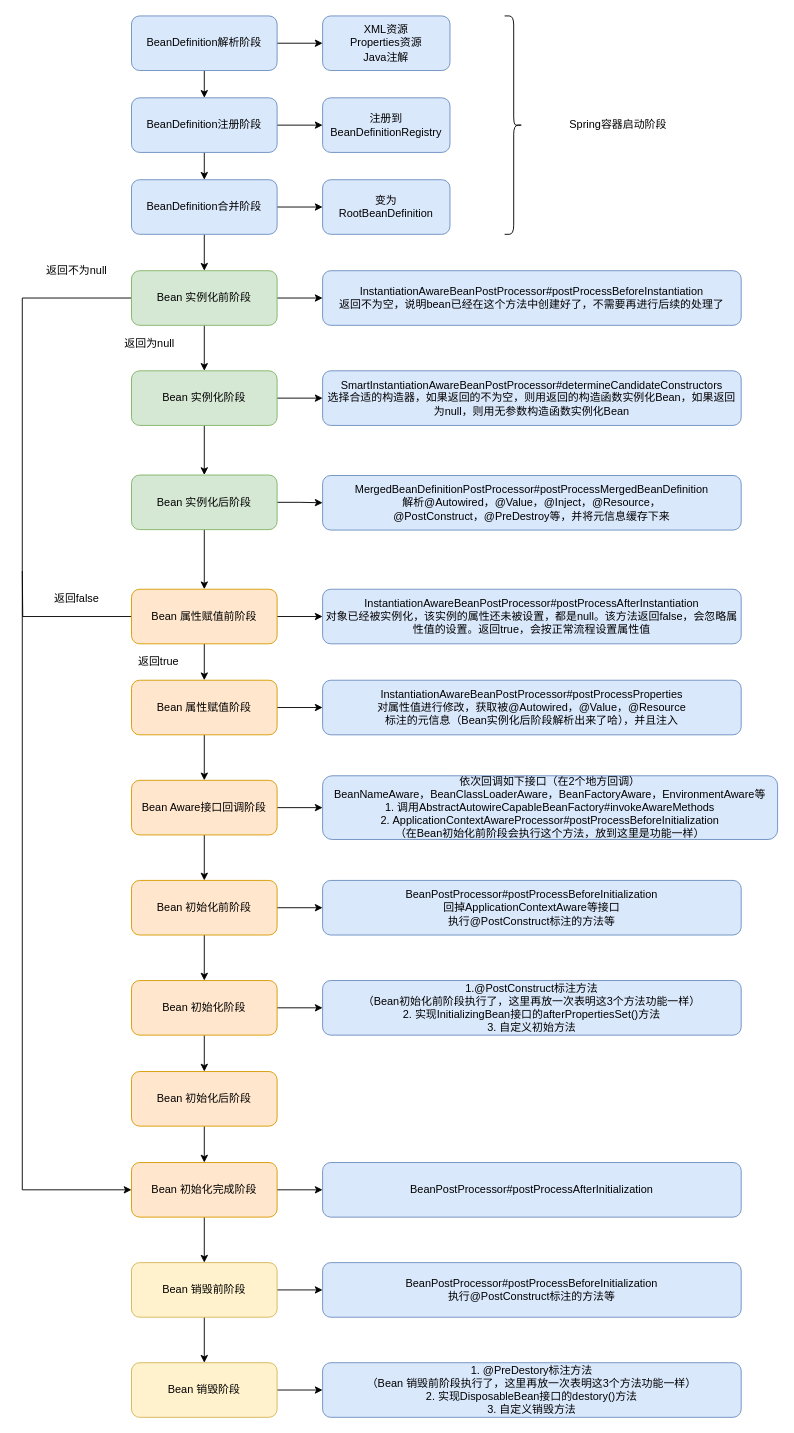
Before: spring/bean生命周期.drawio in erlieStar/diagrams, a draw.io diagram. Source tidied: cells renumbered, new cells numbered last; positions are measured from the earlier drawing's top-left corner, leaving out a move shared by most shapes. Both pictures are drawn from the tidied source at 91%, with x=0, y=0 at pixel (22, 15).
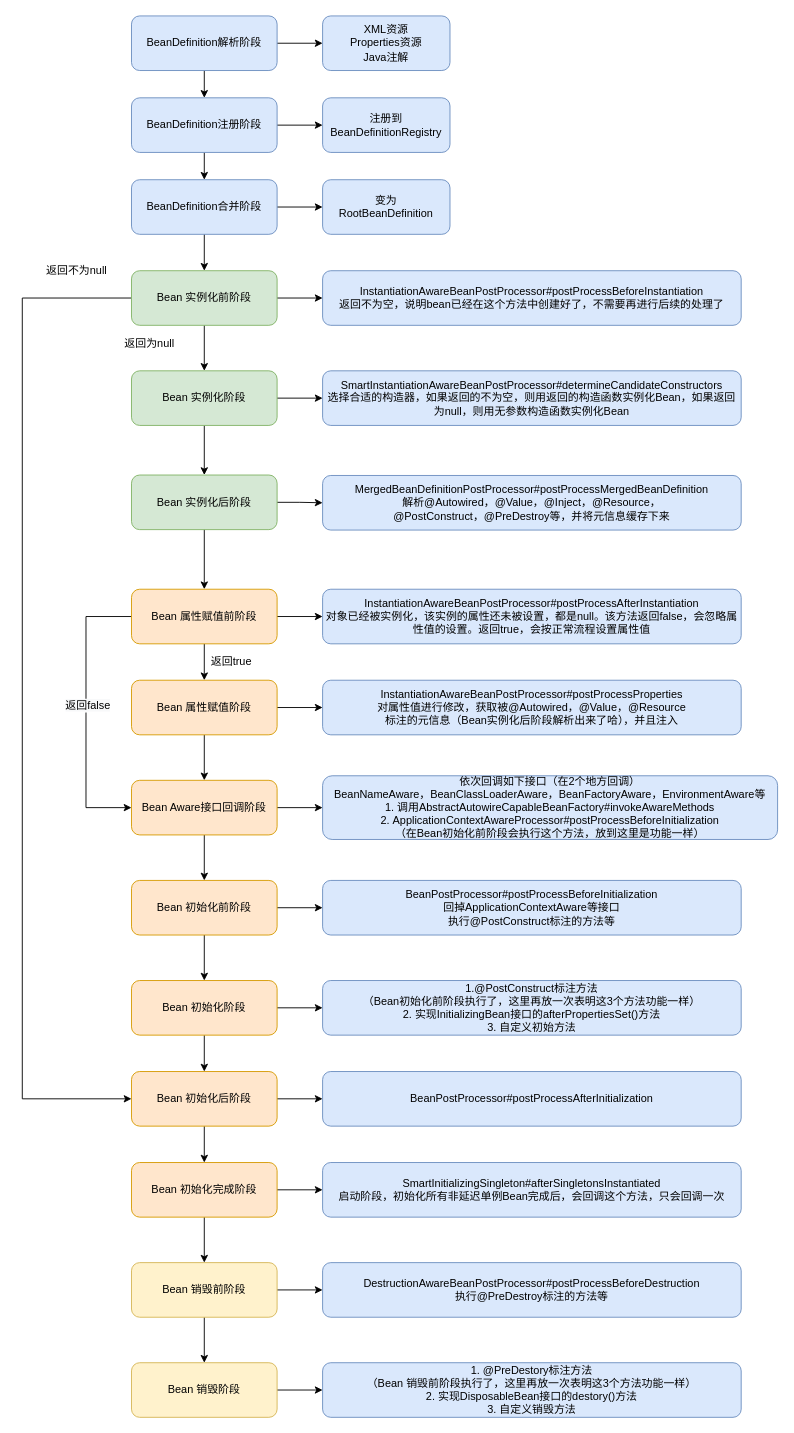
After the change.

The change refers to these unchanged cells:
```xml
<mxCell id="11" value="Bean 实例化前阶段" style="rounded=1;whiteSpace=wrap;html=1;fillColor=#d5e8d4;strokeColor=#82b366;" parent="1" vertex="1">
  <mxGeometry x="120" y="280" width="160" height="60" as="geometry" />
</mxCell>
<mxCell id="21" value="Bean 属性赋值前阶段" style="rounded=1;whiteSpace=wrap;html=1;fillColor=#ffe6cc;strokeColor=#d79b00;" parent="1" vertex="1">
  <mxGeometry x="120" y="630" width="160" height="60" as="geometry" />
</mxCell>
<mxCell id="27" value="Bean Aware接口回调阶段" style="rounded=1;whiteSpace=wrap;html=1;fillColor=#ffe6cc;strokeColor=#d79b00;" parent="1" vertex="1">
  <mxGeometry x="120" y="840" width="160" height="60" as="geometry" />
</mxCell>
<mxCell id="35" value="Bean 初始化后阶段" style="rounded=1;whiteSpace=wrap;html=1;fillColor=#ffe6cc;strokeColor=#d79b00;" parent="1" vertex="1">
  <mxGeometry x="120" y="1160" width="160" height="60" as="geometry" />
</mxCell>
<mxCell id="38" value="Bean 初始化完成阶段" style="rounded=1;whiteSpace=wrap;html=1;fillColor=#ffe6cc;strokeColor=#d79b00;" parent="1" vertex="1">
  <mxGeometry x="120" y="1260" width="160" height="60" as="geometry" />
</mxCell>
```

The edit, as a diff of the source:
```diff
@@
-    <mxCell id="9" style="edgeStyle=orthogonalEdgeStyle;rounded=0;jettySize=auto;html=1;exitX=0;exitY=0.5;exitDx=0;exitDy=0;entryX=0;entryY=0.5;entryDx=0;entryDy=0;" parent="1" edge="1" source="11" target="38">
+    <mxCell id="9" style="edgeStyle=orthogonalEdgeStyle;rounded=0;jettySize=auto;html=1;exitX=0;exitY=0.5;exitDx=0;exitDy=0;entryX=0;entryY=0.5;entryDx=0;entryDy=0;" parent="1" edge="1" source="11" target="35">
       <mxGeometry relative="1" as="geometry">
         <Array as="points">
           <mxPoint y="310" />
-          <mxPoint y="1290" />
+          <mxPoint y="1190" />
         </Array>
       </mxGeometry>
     </mxCell>
@@
-    <mxCell id="19" style="edgeStyle=orthogonalEdgeStyle;rounded=0;jettySize=auto;html=1;exitX=0;exitY=0.5;exitDx=0;exitDy=0;endArrow=none;endFill=0;" parent="1" edge="1" source="21">
-      <mxGeometry relative="1" as="geometry">
-        <mxPoint y="610" as="targetPoint" />
-      </mxGeometry>
-    </mxCell>
@@
+    <mxCell id="67" style="edgeStyle=orthogonalEdgeStyle;rounded=0;jettySize=auto;html=1;exitX=0;exitY=0.5;exitDx=0;exitDy=0;entryX=0;entryY=0.5;entryDx=0;entryDy=0;" parent="1" edge="1" source="21" target="27">
+      <mxGeometry relative="1" as="geometry">
+        <Array as="points">
+          <mxPoint x="70" y="660" />
+          <mxPoint x="70" y="870" />
+        </Array>
+      </mxGeometry>
+    </mxCell>
+    <mxCell id="46" value="&lt;span style=&quot;font-size: 12px ; background-color: rgb(248 , 249 , 250)&quot;&gt;返回false&lt;/span&gt;" style="edgeLabel;html=1;align=center;verticalAlign=middle;" parent="67" vertex="1">
+      <mxGeometry x="-0.05" y="1" relative="1" as="geometry" />
+    </mxCell>
@@
+    <mxCell id="68" style="edgeStyle=orthogonalEdgeStyle;rounded=0;jettySize=auto;html=1;exitX=1;exitY=0.5;exitDx=0;exitDy=0;entryX=0;entryY=0.5;entryDx=0;entryDy=0;" parent="1" edge="1" source="35" target="65">
+      <mxGeometry relative="1" as="geometry" />
+    </mxCell>
@@
-    <mxCell id="37" style="edgeStyle=orthogonalEdgeStyle;rounded=0;jettySize=auto;html=1;exitX=1;exitY=0.5;exitDx=0;exitDy=0;entryX=0;entryY=0.5;entryDx=0;entryDy=0;endArrow=classic;endFill=1;" parent="1" edge="1" source="38" target="65">
-      <mxGeometry relative="1" as="geometry" />
-    </mxCell>
+    <mxCell id="69" style="edgeStyle=orthogonalEdgeStyle;rounded=0;jettySize=auto;html=1;exitX=1;exitY=0.5;exitDx=0;exitDy=0;entryX=0;entryY=0.5;entryDx=0;entryDy=0;" parent="1" edge="1" source="38" target="70">
+      <mxGeometry relative="1" as="geometry" />
+    </mxCell>
@@
-    <mxCell id="46" value="返回false" style="text;html=1;strokeColor=none;fillColor=none;align=center;verticalAlign=middle;whiteSpace=wrap;rounded=0;" parent="1" vertex="1">
-      <mxGeometry x="20" y="630" width="80" height="20" as="geometry" />
-    </mxCell>
     <mxCell id="47" value="返回true" style="text;html=1;strokeColor=none;fillColor=none;align=center;verticalAlign=middle;whiteSpace=wrap;rounded=0;" parent="1" vertex="1">
-      <mxGeometry x="110" y="700" width="80" height="20" as="geometry" />
+      <mxGeometry x="190" y="700" width="80" height="20" as="geometry" />
     </mxCell>
@@
-    <mxCell id="54" style="shape=curlyBracket;whiteSpace=wrap;html=1;rounded=1;rotation=-180;" parent="1" vertex="1">
-      <mxGeometry x="530" width="20" height="240" as="geometry" />
-    </mxCell>
-    <mxCell id="55" value="Spring容器启动阶段" style="text;html=1;strokeColor=none;fillColor=none;align=center;verticalAlign=middle;whiteSpace=wrap;rounded=0;" parent="1" vertex="1">
-      <mxGeometry x="590" y="110" width="130" height="20" as="geometry" />
-    </mxCell>
@@
-    <mxCell id="63" value="&lt;span style=&quot;box-sizing: border-box ; outline: 0px ; overflow-wrap: break-word&quot;&gt;&lt;span style=&quot;box-sizing: border-box ; outline: 0px ; overflow-wrap: break-word&quot;&gt;BeanPostProcessor#postProcessBeforeInitialization&lt;br&gt;&lt;/span&gt;&lt;span&gt;执行@PostConstruct标注的方法等&lt;/span&gt;&lt;br&gt;&lt;/span&gt;" style="rounded=1;whiteSpace=wrap;html=1;fillColor=#dae8fc;strokeColor=#6c8ebf;" parent="1" vertex="1">
+    <mxCell id="63" value="&lt;span style=&quot;box-sizing: border-box ; outline: 0px ; overflow-wrap: break-word&quot;&gt;&lt;span style=&quot;box-sizing: border-box ; outline: 0px ; overflow-wrap: break-word&quot;&gt;DestructionAwareBeanPostProcessor#postProcessBeforeDestruction&lt;br&gt;&lt;/span&gt;&lt;span&gt;执行@&lt;/span&gt;PreDestroy&lt;span&gt;标注的方法等&lt;/span&gt;&lt;span&gt;&lt;br&gt;&lt;/span&gt;&lt;/span&gt;" style="rounded=1;whiteSpace=wrap;html=1;fillColor=#dae8fc;strokeColor=#6c8ebf;" parent="1" vertex="1">
       <mxGeometry x="330" y="1370" width="460" height="60" as="geometry" />
     </mxCell>
@@
     <mxCell id="65" value="&lt;span style=&quot;box-sizing: border-box ; outline: 0px ; overflow-wrap: break-word&quot;&gt;&lt;span style=&quot;box-sizing: border-box ; outline: 0px ; overflow-wrap: break-word&quot;&gt;BeanPostProcessor#postProcessAfterInitialization&lt;/span&gt;&lt;br&gt;&lt;/span&gt;" style="rounded=1;whiteSpace=wrap;html=1;fillColor=#dae8fc;strokeColor=#6c8ebf;" parent="1" vertex="1">
-      <mxGeometry x="330" y="1260" width="460" height="60" as="geometry" />
+      <mxGeometry x="330" y="1160" width="460" height="60" as="geometry" />
     </mxCell>
@@
+    <mxCell id="70" value="&lt;span style=&quot;box-sizing: border-box ; outline: 0px ; overflow-wrap: break-word&quot;&gt;&lt;span style=&quot;box-sizing: border-box ; outline: 0px ; overflow-wrap: break-word&quot;&gt;SmartInitializingSingleton#afterSingletonsInstantiated&lt;br&gt;&lt;/span&gt;启动阶段，初始化所有非延迟单例Bean完成后，会回调这个方法，只会回调一次&lt;br&gt;&lt;/span&gt;" style="rounded=1;whiteSpace=wrap;html=1;fillColor=#dae8fc;strokeColor=#6c8ebf;" parent="1" vertex="1">
+      <mxGeometry x="330" y="1260" width="460" height="60" as="geometry" />
+    </mxCell>
```
